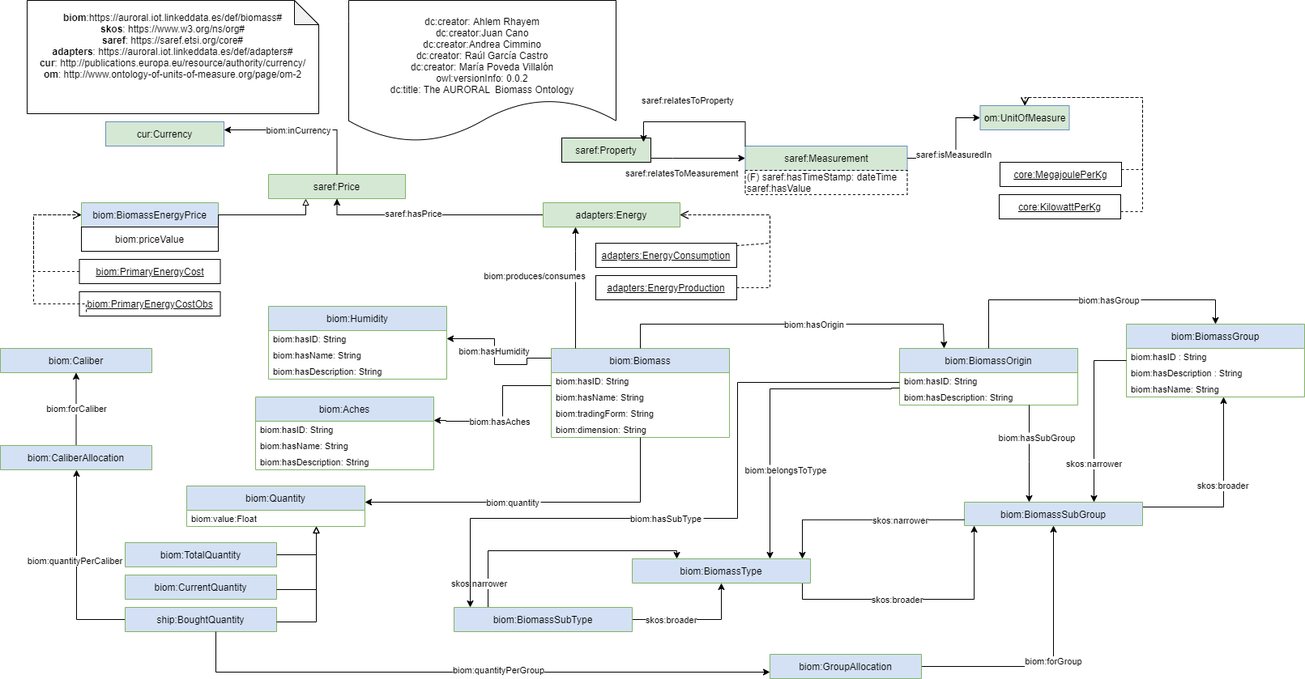
This is Diagrams/general.png from oeg-upm/auroral-biomass-ontology, a draw.io export, as it was before one commit. Source tidied: cells renumbered, new cells last; positions are measured from the earlier drawing's top-left corner, leaving out a move shared by most shapes.
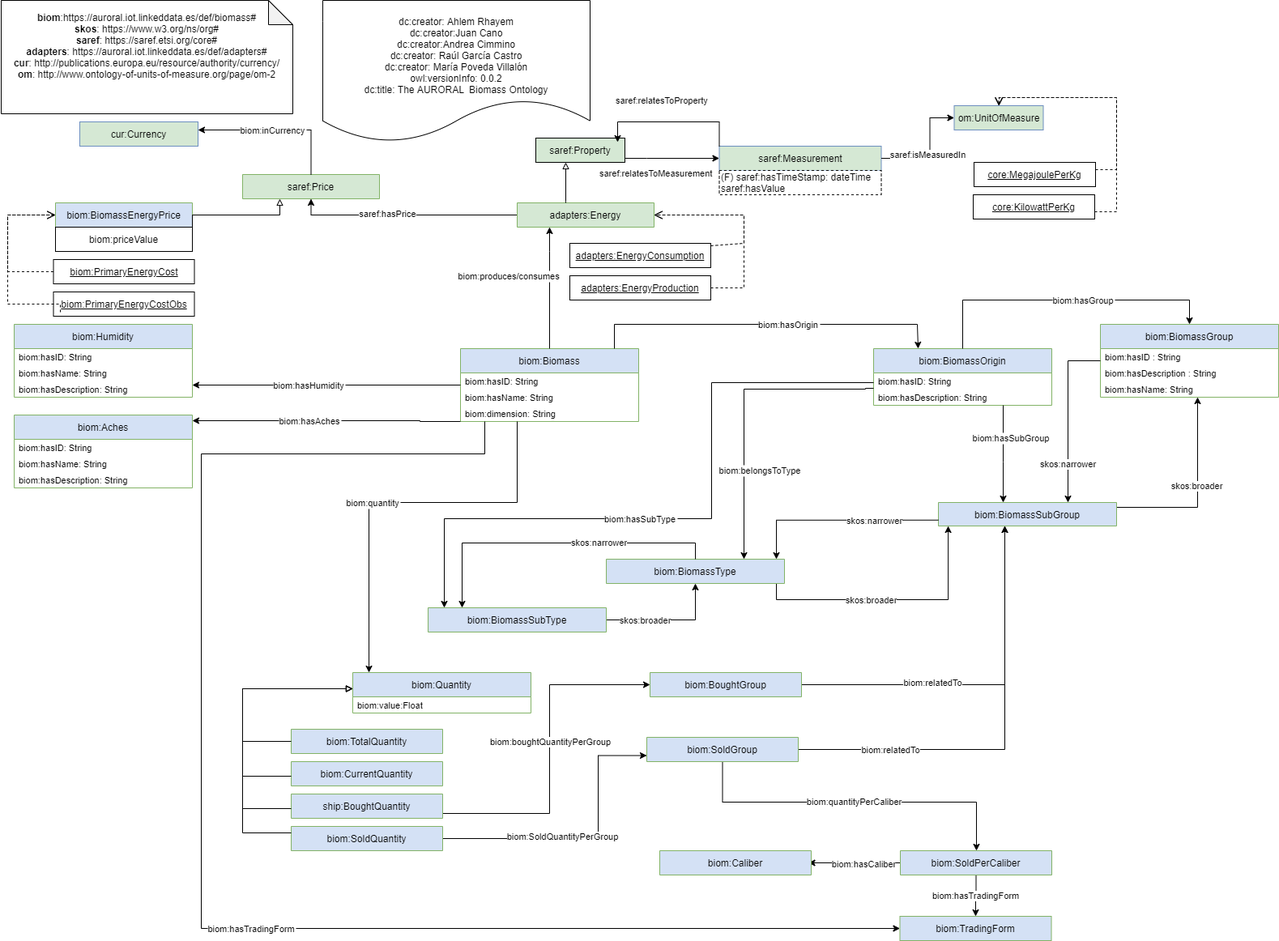
The same diagram one commit later.

What changed in the source:
```diff
@@ -3,7 +3,7 @@
     <mxCell id="0" />
     <mxCell id="1" parent="0" />
     <mxCell id="2" value="biom:Biomass" style="swimlane;fontStyle=0;horizontal=1;startSize=30;fillColor=#D4E1F5;strokeColor=#82b366;" parent="1" vertex="1">
-      <mxGeometry x="680" y="430" width="220" height="110" as="geometry" />
+      <mxGeometry x="600" y="430" width="220" height="90" as="geometry" />
     </mxCell>
     <mxCell id="3" value="biom:hasID: String" style="text;strokeColor=none;fillColor=none;align=left;verticalAlign=middle;spacingLeft=4;spacingRight=4;overflow=hidden;fontSize=11;" parent="2" vertex="1">
       <mxGeometry y="30" width="220" height="20" as="geometry" />
@@ -11,11 +11,8 @@
     <mxCell id="4" value="biom:hasName: String" style="text;strokeColor=none;fillColor=none;align=left;verticalAlign=middle;spacingLeft=4;spacingRight=4;overflow=hidden;fontSize=11;" parent="2" vertex="1">
       <mxGeometry y="50" width="220" height="20" as="geometry" />
     </mxCell>
-    <mxCell id="5" value="biom:tradingForm: String" style="text;strokeColor=none;fillColor=none;align=left;verticalAlign=middle;spacingLeft=4;spacingRight=4;overflow=hidden;fontSize=11;" parent="2" vertex="1">
-      <mxGeometry y="70" width="220" height="20" as="geometry" />
-    </mxCell>
     <mxCell id="6" value="biom:dimension: String" style="text;strokeColor=none;fillColor=none;align=left;verticalAlign=middle;spacingLeft=4;spacingRight=4;overflow=hidden;fontSize=11;" parent="2" vertex="1">
-      <mxGeometry y="90" width="220" height="20" as="geometry" />
+      <mxGeometry y="70" width="220" height="20" as="geometry" />
     </mxCell>
     <mxCell id="7" value="biom:BiomassOrigin" style="swimlane;fontStyle=0;horizontal=1;startSize=30;fillColor=#D4E1F5;strokeColor=#82b366;" parent="1" vertex="1">
       <mxGeometry x="1110" y="430" width="220" height="70" as="geometry" />
@@ -67,11 +64,11 @@
     <mxCell id="19" value="biom:BiomassType" style="swimlane;fontStyle=0;horizontal=1;startSize=30;fillColor=#D4E1F5;strokeColor=#82b366;" parent="1" vertex="1">
       <mxGeometry x="780" y="690" width="220" height="30" as="geometry" />
     </mxCell>
-    <mxCell id="20" style="edgeStyle=orthogonalEdgeStyle;rounded=0;jettySize=auto;html=1;exitX=0.645;exitY=0.067;exitDx=0;exitDy=0;exitPerimeter=0;entryX=0.25;entryY=0;entryDx=0;entryDy=0;" parent="1" edge="1" source="24" target="19">
+    <mxCell id="20" style="edgeStyle=orthogonalEdgeStyle;rounded=0;jettySize=auto;html=1;exitX=0.5;exitY=0;exitDx=0;exitDy=0;" parent="1" edge="1" source="19" target="24">
       <mxGeometry relative="1" as="geometry">
         <Array as="points">
-          <mxPoint x="602" y="680" />
-          <mxPoint x="835" y="680" />
+          <mxPoint x="890" y="670" />
+          <mxPoint x="602" y="670" />
         </Array>
       </mxGeometry>
     </mxCell>
@@ -136,7 +133,7 @@
       </mxGeometry>
     </mxCell>
     <mxCell id="30" value="biom:Humidity" style="swimlane;fontStyle=0;horizontal=1;startSize=30;fillColor=#D4E1F5;strokeColor=#82b366;" parent="1" vertex="1">
-      <mxGeometry x="331" y="378" width="220" height="90" as="geometry" />
+      <mxGeometry x="49" y="400" width="220" height="90" as="geometry" />
     </mxCell>
     <mxCell id="31" value="biom:hasID: String " style="text;strokeColor=none;fillColor=none;align=left;verticalAlign=middle;spacingLeft=4;spacingRight=4;overflow=hidden;fontSize=11;" parent="30" vertex="1">
       <mxGeometry y="30" width="220" height="20" as="geometry" />
@@ -148,7 +145,7 @@
       <mxGeometry y="70" width="220" height="20" as="geometry" />
     </mxCell>
     <mxCell id="34" value="biom:Aches" style="swimlane;fontStyle=0;horizontal=1;startSize=30;fillColor=#D4E1F5;strokeColor=#82b366;" parent="1" vertex="1">
-      <mxGeometry x="315" y="490" width="220" height="90" as="geometry" />
+      <mxGeometry x="49" y="512" width="220" height="90" as="geometry" />
     </mxCell>
     <mxCell id="35" value="biom:hasID: String" style="text;strokeColor=none;fillColor=none;align=left;verticalAlign=middle;spacingLeft=4;spacingRight=4;overflow=hidden;fontSize=11;" parent="34" vertex="1">
       <mxGeometry y="30" width="220" height="20" as="geometry" />
@@ -162,17 +159,15 @@
     <mxCell id="38" value="biom:hasHumidity" style="edgeStyle=orthogonalEdgeStyle;rounded=0;jettySize=auto;fontSize=11;endArrow=classic;endFill=1;" parent="1" edge="1" source="2" target="30">
       <mxGeometry x="0.13" relative="1" as="geometry">
         <Array as="points">
-          <mxPoint x="650" y="442" />
-          <mxPoint x="650" y="450" />
-          <mxPoint x="610" y="450" />
-          <mxPoint x="610" y="418" />
+          <mxPoint x="269" y="470" />
+          <mxPoint x="269" y="470" />
         </Array>
       </mxGeometry>
     </mxCell>
     <mxCell id="39" value="biom:hasAches" style="edgeStyle=orthogonalEdgeStyle;rounded=0;jettySize=auto;fontSize=11;endArrow=classic;endFill=1;" parent="1" edge="1" source="2" target="34">
       <mxGeometry x="0.13" relative="1" as="geometry">
         <Array as="points">
-          <mxPoint x="620" y="476" />
+          <mxPoint x="620" y="519" />
           <mxPoint x="620" y="520" />
           <mxPoint x="550" y="520" />
           <mxPoint x="550" y="519" />
@@ -239,9 +234,8 @@
         </Array>
       </mxGeometry>
     </mxCell>
-    <mxCell id="54" value="biom:produces/consumes" style="edgeStyle=orthogonalEdgeStyle;rounded=0;jettySize=auto;fontSize=11;endArrow=classic;endFill=1;" parent="1" edge="1" target="49">
+    <mxCell id="54" value="biom:produces/consumes" style="edgeStyle=orthogonalEdgeStyle;rounded=0;jettySize=auto;fontSize=11;endArrow=classic;endFill=1;" parent="1" edge="1" source="2" target="49">
       <mxGeometry x="0.2" y="50" relative="1" as="geometry">
-        <mxPoint x="710" y="430" as="sourcePoint" />
         <Array as="points">
           <mxPoint x="710" y="310" />
           <mxPoint x="710" y="310" />
@@ -365,87 +359,160 @@
         </Array>
       </mxGeometry>
     </mxCell>
-    <mxCell id="78" style="edgeStyle=orthogonalEdgeStyle;rounded=0;jettySize=auto;html=1;" parent="1" edge="1" source="80" target="88">
-      <mxGeometry relative="1" as="geometry">
-        <Array as="points">
-          <mxPoint x="94" y="765" />
-        </Array>
-      </mxGeometry>
-    </mxCell>
-    <mxCell id="79" value="biom:quantityPerCaliber" style="edgeLabel;html=1;align=center;verticalAlign=middle;" parent="78" vertex="1">
-      <mxGeometry x="0.09" y="3" relative="1" as="geometry" />
-    </mxCell>
+    <mxCell id="86" value="biom:quantity" style="edgeStyle=orthogonalEdgeStyle;rounded=0;jettySize=auto;fontSize=11;endArrow=classic;endFill=1;entryX=0.091;entryY=0;entryDx=0;entryDy=0;entryPerimeter=0;" parent="1" edge="1" source="2" target="89">
+      <mxGeometry x="0.13" relative="1" as="geometry">
+        <Array as="points">
+          <mxPoint x="670" y="620" />
+          <mxPoint x="487" y="620" />
+        </Array>
+      </mxGeometry>
+    </mxCell>
+    <mxCell id="96" style="edgeStyle=orthogonalEdgeStyle;rounded=0;jettySize=auto;html=1;entryX=0;entryY=0.5;entryDx=0;entryDy=0;" parent="1" edge="1" source="80" target="104">
+      <mxGeometry relative="1" as="geometry">
+        <Array as="points">
+          <mxPoint x="710" y="1004" />
+          <mxPoint x="710" y="845" />
+        </Array>
+      </mxGeometry>
+    </mxCell>
+    <mxCell id="97" value="biom:boughtQuantityPerGroup" style="edgeLabel;html=1;align=center;verticalAlign=middle;" parent="96" vertex="1">
+      <mxGeometry x="-0.25" y="1" relative="1" as="geometry">
+        <mxPoint x="1" y="-66" as="offset" />
+      </mxGeometry>
+    </mxCell>
     <mxCell id="80" value="ship:BoughtQuantity" style="swimlane;fontStyle=0;horizontal=1;startSize=30;fillColor=#D4E1F5;strokeColor=#82b366;" parent="1" vertex="1">
-      <mxGeometry x="154" y="750" width="187" height="30" as="geometry" />
+      <mxGeometry x="391" y="980" width="187" height="30" as="geometry" />
     </mxCell>
     <mxCell id="81" value="biom:TotalQuantity" style="swimlane;fontStyle=0;horizontal=1;startSize=30;fillColor=#D4E1F5;strokeColor=#82b366;" parent="1" vertex="1">
-      <mxGeometry x="154" y="670" width="187" height="30" as="geometry" />
+      <mxGeometry x="391" y="900" width="187" height="30" as="geometry" />
     </mxCell>
     <mxCell id="82" value="biom:CurrentQuantity" style="swimlane;fontStyle=0;horizontal=1;startSize=30;fillColor=#D4E1F5;strokeColor=#82b366;" parent="1" vertex="1">
-      <mxGeometry x="154" y="710" width="187" height="30" as="geometry" />
+      <mxGeometry x="391" y="940" width="187" height="30" as="geometry" />
     </mxCell>
-    <mxCell id="83" style="edgeStyle=orthogonalEdgeStyle;rounded=0;jettySize=auto;html=1;endArrow=block;endFill=0;exitX=1;exitY=0.5;exitDx=0;exitDy=0;" parent="1" edge="1" source="81" target="89">
+    <mxCell id="83" style="edgeStyle=orthogonalEdgeStyle;rounded=0;jettySize=auto;html=1;endArrow=block;endFill=0;exitX=0;exitY=0.5;exitDx=0;exitDy=0;" parent="1" edge="1" source="81" target="89">
       <mxGeometry relative="1" as="geometry">
         <Array as="points">
-          <mxPoint x="390" y="685" />
+          <mxPoint x="331" y="915" />
+          <mxPoint x="331" y="850" />
         </Array>
       </mxGeometry>
     </mxCell>
     <mxCell id="84" style="edgeStyle=orthogonalEdgeStyle;rounded=0;jettySize=auto;html=1;endArrow=block;endFill=0;" parent="1" edge="1" source="82" target="89">
       <mxGeometry relative="1" as="geometry">
         <Array as="points">
-          <mxPoint x="390" y="728" />
+          <mxPoint x="331" y="958" />
+          <mxPoint x="331" y="850" />
         </Array>
       </mxGeometry>
     </mxCell>
     <mxCell id="85" style="edgeStyle=orthogonalEdgeStyle;rounded=0;jettySize=auto;html=1;endArrow=block;endFill=0;" parent="1" edge="1" source="80" target="89">
       <mxGeometry relative="1" as="geometry">
         <Array as="points">
-          <mxPoint x="390" y="768" />
+          <mxPoint x="331" y="998" />
+          <mxPoint x="331" y="850" />
         </Array>
       </mxGeometry>
     </mxCell>
-    <mxCell id="86" value="biom:quantity" style="edgeStyle=orthogonalEdgeStyle;rounded=0;jettySize=auto;fontSize=11;endArrow=classic;endFill=1;" parent="1" edge="1" source="2" target="89">
-      <mxGeometry x="0.13" relative="1" as="geometry">
-        <Array as="points">
-          <mxPoint x="790" y="620" />
-        </Array>
-      </mxGeometry>
-    </mxCell>
-    <mxCell id="87" value="biom:forCaliber" style="edgeStyle=orthogonalEdgeStyle;rounded=0;jettySize=auto;html=1;entryX=0.5;entryY=1;entryDx=0;entryDy=0;" parent="1" edge="1" source="88" target="93">
-      <mxGeometry relative="1" as="geometry" />
-    </mxCell>
-    <mxCell id="88" value="biom:CaliberAllocation" style="swimlane;fontStyle=0;horizontal=1;startSize=30;fillColor=#D4E1F5;strokeColor=#82b366;" parent="1" vertex="1">
-      <mxGeometry y="550" width="187" height="30" as="geometry" />
-    </mxCell>
     <mxCell id="89" value="biom:Quantity" style="swimlane;fontStyle=0;horizontal=1;startSize=30;fillColor=#D4E1F5;strokeColor=#82b366;" parent="1" vertex="1">
-      <mxGeometry x="230" y="600" width="220" height="50" as="geometry" />
+      <mxGeometry x="467" y="830" width="220" height="50" as="geometry" />
     </mxCell>
     <mxCell id="90" value="biom:value:Float" style="text;strokeColor=none;fillColor=none;align=left;verticalAlign=middle;spacingLeft=4;spacingRight=4;overflow=hidden;fontSize=11;" parent="89" vertex="1">
       <mxGeometry y="30" width="220" height="20" as="geometry" />
     </mxCell>
-    <mxCell id="91" style="edgeStyle=orthogonalEdgeStyle;rounded=0;jettySize=auto;html=1;exitX=0.599;exitY=1;exitDx=0;exitDy=0;exitPerimeter=0;" parent="1" edge="1" source="80" target="95">
-      <mxGeometry relative="1" as="geometry">
-        <Array as="points">
-          <mxPoint x="266" y="830" />
-        </Array>
-      </mxGeometry>
-    </mxCell>
-    <mxCell id="92" value="biom:quantityPerGroup" style="edgeLabel;html=1;align=center;verticalAlign=middle;" parent="91" vertex="1">
-      <mxGeometry x="0.09" y="3" relative="1" as="geometry" />
-    </mxCell>
+    <mxCell id="98" style="edgeStyle=orthogonalEdgeStyle;rounded=0;jettySize=auto;html=1;entryX=0;entryY=0.75;entryDx=0;entryDy=0;" parent="1" edge="1" source="100" target="106">
+      <mxGeometry relative="1" as="geometry">
+        <Array as="points">
+          <mxPoint x="770" y="1035" />
+          <mxPoint x="770" y="933" />
+        </Array>
+      </mxGeometry>
+    </mxCell>
+    <mxCell id="99" value="biom:SoldQuantityPerGroup" style="edgeLabel;html=1;align=center;verticalAlign=middle;" parent="98" vertex="1">
+      <mxGeometry x="0.01" y="3" relative="1" as="geometry">
+        <mxPoint x="-32.5" as="offset" />
+      </mxGeometry>
+    </mxCell>
+    <mxCell id="100" value="biom:SoldQuantity" style="swimlane;fontStyle=0;horizontal=1;startSize=30;fillColor=#D4E1F5;strokeColor=#82b366;" parent="1" vertex="1">
+      <mxGeometry x="391" y="1020" width="187" height="30" as="geometry" />
+    </mxCell>
+    <mxCell id="101" style="edgeStyle=orthogonalEdgeStyle;rounded=0;jettySize=auto;html=1;endArrow=block;endFill=0;" parent="1" edge="1" source="100" target="89">
+      <mxGeometry relative="1" as="geometry">
+        <Array as="points">
+          <mxPoint x="331" y="1028" />
+          <mxPoint x="331" y="850" />
+        </Array>
+      </mxGeometry>
+    </mxCell>
+    <mxCell id="102" style="edgeStyle=orthogonalEdgeStyle;rounded=0;jettySize=auto;html=1;" parent="1" edge="1" source="104" target="16">
+      <mxGeometry relative="1" as="geometry">
+        <Array as="points">
+          <mxPoint x="1272" y="845" />
+        </Array>
+      </mxGeometry>
+    </mxCell>
+    <mxCell id="103" value="biom:relatedTo" style="edgeLabel;html=1;align=center;verticalAlign=middle;" parent="102" vertex="1">
+      <mxGeometry x="-0.28" y="3" relative="1" as="geometry" />
+    </mxCell>
+    <mxCell id="104" value="biom:BoughtGroup" style="swimlane;fontStyle=0;horizontal=1;startSize=30;fillColor=#D4E1F5;strokeColor=#82b366;" parent="1" vertex="1">
+      <mxGeometry x="834" y="830" width="187" height="30" as="geometry" />
+    </mxCell>
+    <mxCell id="105" style="edgeStyle=orthogonalEdgeStyle;rounded=0;jettySize=auto;html=1;" parent="1" edge="1" source="106" target="16">
+      <mxGeometry relative="1" as="geometry">
+        <Array as="points">
+          <mxPoint x="1272" y="925" />
+        </Array>
+      </mxGeometry>
+    </mxCell>
+    <mxCell id="79" value="biom:quantityPerCaliber" style="edgeStyle=orthogonalEdgeStyle;rounded=0;jettySize=auto;html=1;" parent="1" edge="1" source="106" target="112">
+      <mxGeometry relative="1" as="geometry">
+        <Array as="points">
+          <mxPoint x="924" y="990" />
+          <mxPoint x="1237" y="990" />
+        </Array>
+      </mxGeometry>
+    </mxCell>
+    <mxCell id="106" value="biom:SoldGroup" style="swimlane;fontStyle=0;horizontal=1;startSize=30;fillColor=#D4E1F5;strokeColor=#82b366;" parent="1" vertex="1">
+      <mxGeometry x="830" y="910" width="187" height="30" as="geometry" />
+    </mxCell>
+    <mxCell id="107" value="biom:relatedTo" style="edgeLabel;html=1;align=center;verticalAlign=middle;" parent="1" vertex="1">
+      <mxGeometry x="1130" y="925" as="geometry" />
+    </mxCell>
+    <mxCell id="108" value="biom:TradingForm" style="swimlane;fontStyle=0;horizontal=1;startSize=30;fillColor=#D4E1F5;strokeColor=#82b366;" parent="1" vertex="1">
+      <mxGeometry x="1142.5" y="1131" width="187" height="30" as="geometry" />
+    </mxCell>
+    <mxCell id="109" value="biom:hasTradingForm" style="edgeStyle=orthogonalEdgeStyle;rounded=0;jettySize=auto;html=1;" parent="1" edge="1" source="112" target="108">
+      <mxGeometry relative="1" as="geometry" />
+    </mxCell>
+    <mxCell id="110" style="edgeStyle=orthogonalEdgeStyle;rounded=0;jettySize=auto;html=1;" parent="1" edge="1" source="112">
+      <mxGeometry relative="1" as="geometry">
+        <mxPoint x="1029.5" y="1065" as="targetPoint" />
+      </mxGeometry>
+    </mxCell>
+    <mxCell id="111" value="biom:hasCaliber" style="edgeLabel;html=1;align=center;verticalAlign=middle;" parent="110" vertex="1">
+      <mxGeometry x="-0.19" y="1" relative="1" as="geometry" />
+    </mxCell>
+    <mxCell id="112" value="biom:SoldPerCaliber" style="swimlane;fontStyle=0;horizontal=1;startSize=30;fillColor=#D4E1F5;strokeColor=#82b366;" parent="1" vertex="1">
+      <mxGeometry x="1143" y="1050" width="187" height="30" as="geometry" />
+    </mxCell>
     <mxCell id="93" value="biom:Caliber" style="swimlane;fontStyle=0;horizontal=1;startSize=30;fillColor=#D4E1F5;strokeColor=#82b366;" parent="1" vertex="1">
-      <mxGeometry y="430" width="187" height="30" as="geometry" />
+      <mxGeometry x="846" y="1050" width="187" height="30" as="geometry" />
     </mxCell>
-    <mxCell id="94" value="biom:forGroup" style="edgeStyle=orthogonalEdgeStyle;rounded=0;jettySize=auto;html=1;" parent="1" edge="1" source="95" target="16">
-      <mxGeometry relative="1" as="geometry">
-        <Array as="points">
-          <mxPoint x="1300" y="823" />
-        </Array>
-      </mxGeometry>
-    </mxCell>
-    <mxCell id="95" value="biom:GroupAllocation" style="swimlane;fontStyle=0;horizontal=1;startSize=30;fillColor=#D4E1F5;strokeColor=#82b366;" parent="1" vertex="1">
-      <mxGeometry x="950" y="808" width="187" height="30" as="geometry" />
-    </mxCell>
+    <mxCell id="113" value="biom:hasTradingForm" style="edgeStyle=orthogonalEdgeStyle;rounded=0;jettySize=auto;fontSize=11;endArrow=classic;endFill=1;" parent="1" edge="1" source="2" target="108">
+      <mxGeometry x="0.13" relative="1" as="geometry">
+        <Array as="points">
+          <mxPoint x="630" y="560" />
+          <mxPoint x="280" y="560" />
+          <mxPoint x="280" y="1146" />
+        </Array>
+      </mxGeometry>
+    </mxCell>
+    <mxCell id="114" style="edgeStyle=orthogonalEdgeStyle;rounded=0;jettySize=auto;html=1;endArrow=block;endFill=0;" parent="1" edge="1" source="49" target="72">
+      <mxGeometry relative="1" as="geometry">
+        <Array as="points">
+          <mxPoint x="730" y="248" />
+          <mxPoint x="730" y="248" />
+        </Array>
+      </mxGeometry>
+    </mxCell>
   </root>
 </mxGraphModel>
```
